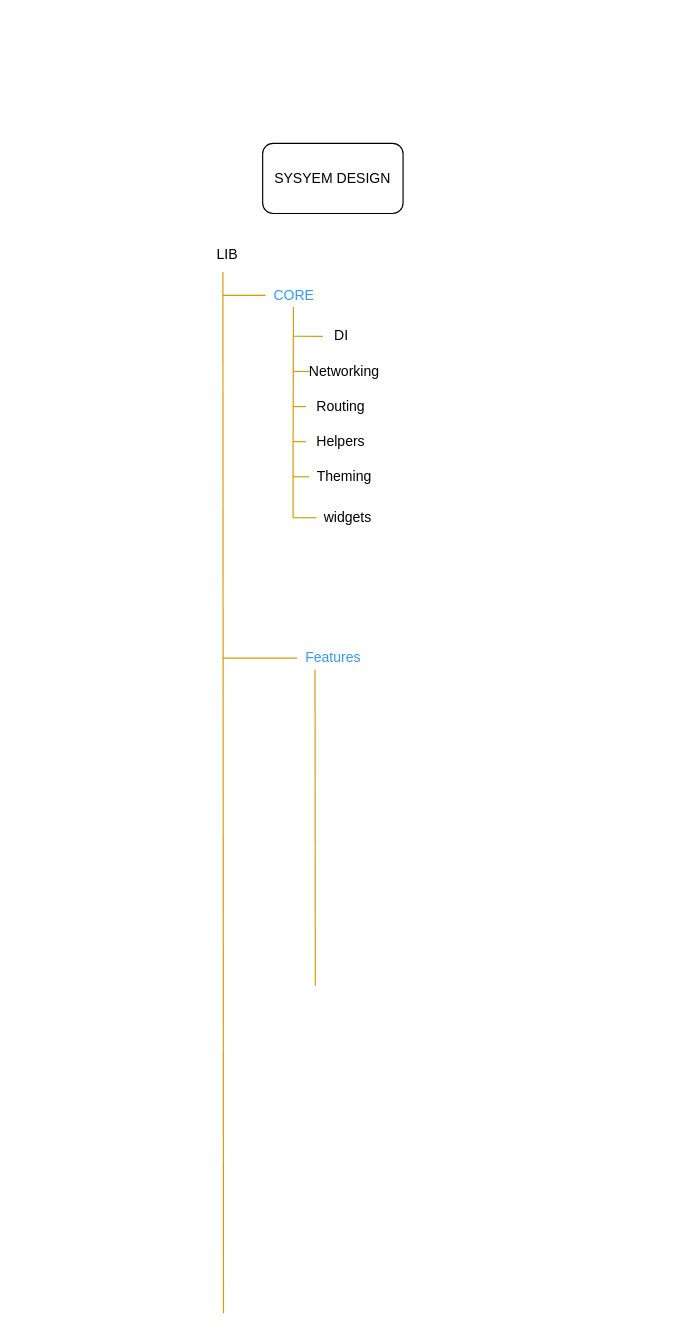
Above: systemDesign.drawio in omarabdullah1/drawio (draw.io), before the change. Source tidied: cells renumbered, new cells numbered last; positions are measured from the earlier drawing's top-left corner, leaving out a move shared by most shapes. Both pictures are drawn from the tidied source at 117%, with x=0, y=0 at pixel (192, 143).
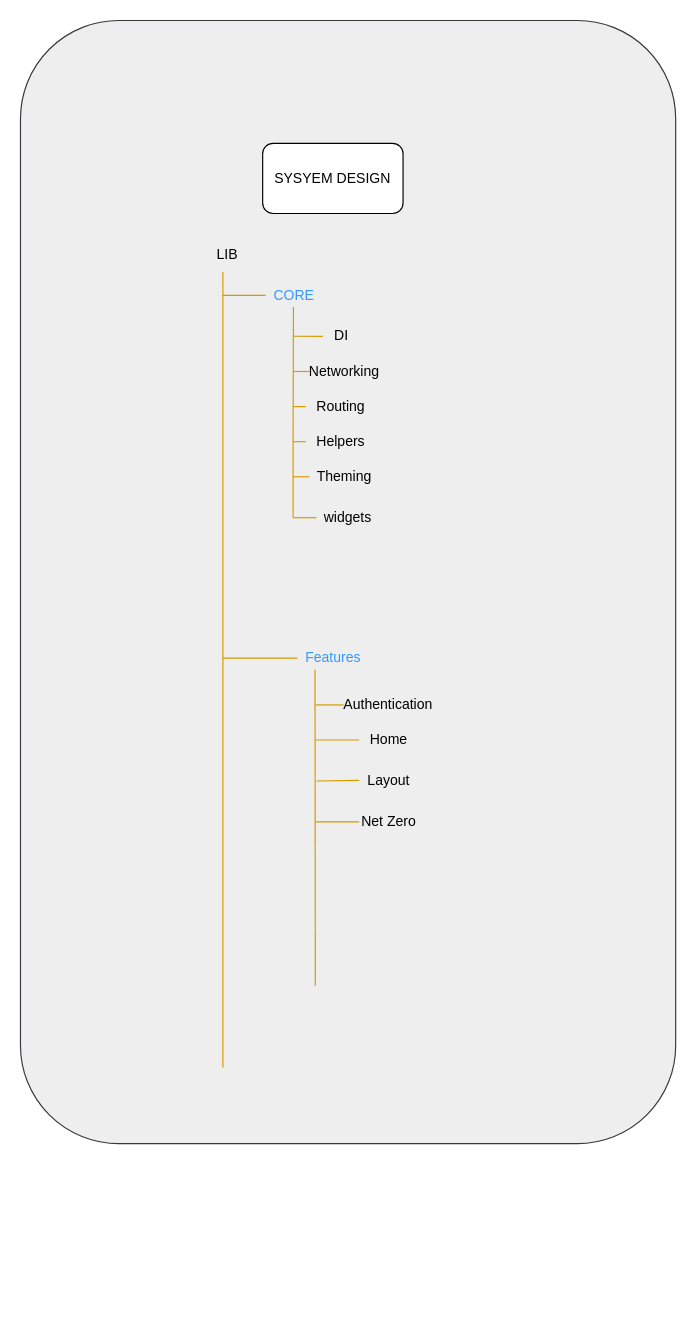
The same page after the edit.

Change to the diagram source:
```diff
@@
+    <mxCell id="23" style="rounded=1;whiteSpace=wrap;html=1;fillColor=#eeeeee;strokeColor=#36393d;" parent="1" vertex="1">
+      <mxGeometry x="-147" y="-105" width="560" height="960" as="geometry" />
+    </mxCell>
@@
     <mxCell id="4" style="endArrow=none;html=1;rounded=0;fillColor=#ffcd28;gradientColor=#ffa500;strokeColor=#d79b00;" parent="1" edge="1">
       <mxGeometry relative="1" as="geometry">
-        <mxPoint x="26.5" y="1000" as="sourcePoint" />
+        <mxPoint x="26" y="790" as="sourcePoint" />
         <mxPoint x="26" y="110" as="targetPoint" />
       </mxGeometry>
     </mxCell>
@@
+    <mxCell id="24" value="Authentication" style="text;html=1;align=center;verticalAlign=middle;whiteSpace=wrap;rounded=0;" parent="1" vertex="1">
+      <mxGeometry x="129.2" y="470" width="76.5" height="20" as="geometry" />
+    </mxCell>
+    <mxCell id="25" value="Home" style="text;html=1;align=center;verticalAlign=middle;whiteSpace=wrap;rounded=0;" parent="1" vertex="1">
+      <mxGeometry x="142.5" y="500" width="50" height="20" as="geometry" />
+    </mxCell>
+    <mxCell id="26" value="Layout" style="text;html=1;align=center;verticalAlign=middle;whiteSpace=wrap;rounded=0;" parent="1" vertex="1">
+      <mxGeometry x="142.5" y="534.5" width="50" height="20" as="geometry" />
+    </mxCell>
+    <mxCell id="27" value="Net Zero" style="text;html=1;align=center;verticalAlign=middle;whiteSpace=wrap;rounded=0;" parent="1" vertex="1">
+      <mxGeometry x="142.5" y="570" width="50" height="20" as="geometry" />
+    </mxCell>
+    <mxCell id="28" style="endArrow=none;html=1;rounded=0;entryX=0;entryY=0.5;entryDx=0;entryDy=0;fillColor=#ffcd28;gradientColor=#ffa500;strokeColor=#d79b00;" parent="1" edge="1" target="24">
+      <mxGeometry relative="1" as="geometry">
+        <mxPoint x="105" y="480" as="sourcePoint" />
+      </mxGeometry>
+    </mxCell>
+    <mxCell id="29" style="endArrow=none;html=1;rounded=0;entryX=0;entryY=0.5;entryDx=0;entryDy=0;fillColor=#ffcd28;gradientColor=#ffa500;strokeColor=#d79b00;" parent="1" edge="1" target="25">
+      <mxGeometry relative="1" as="geometry">
+        <mxPoint x="105" y="510" as="sourcePoint" />
+      </mxGeometry>
+    </mxCell>
+    <mxCell id="30" style="endArrow=none;html=1;rounded=0;entryX=0;entryY=0.5;entryDx=0;entryDy=0;fillColor=#ffcd28;gradientColor=#ffa500;strokeColor=#d79b00;" parent="1" edge="1" target="26">
+      <mxGeometry relative="1" as="geometry">
+        <mxPoint x="106" y="545" as="sourcePoint" />
+      </mxGeometry>
+    </mxCell>
+    <mxCell id="31" style="endArrow=none;html=1;rounded=0;entryX=0;entryY=0.5;entryDx=0;entryDy=0;fillColor=#ffcd28;gradientColor=#ffa500;strokeColor=#d79b00;" parent="1" edge="1" target="27">
+      <mxGeometry relative="1" as="geometry">
+        <mxPoint x="105" y="580" as="sourcePoint" />
+      </mxGeometry>
+    </mxCell>
```
